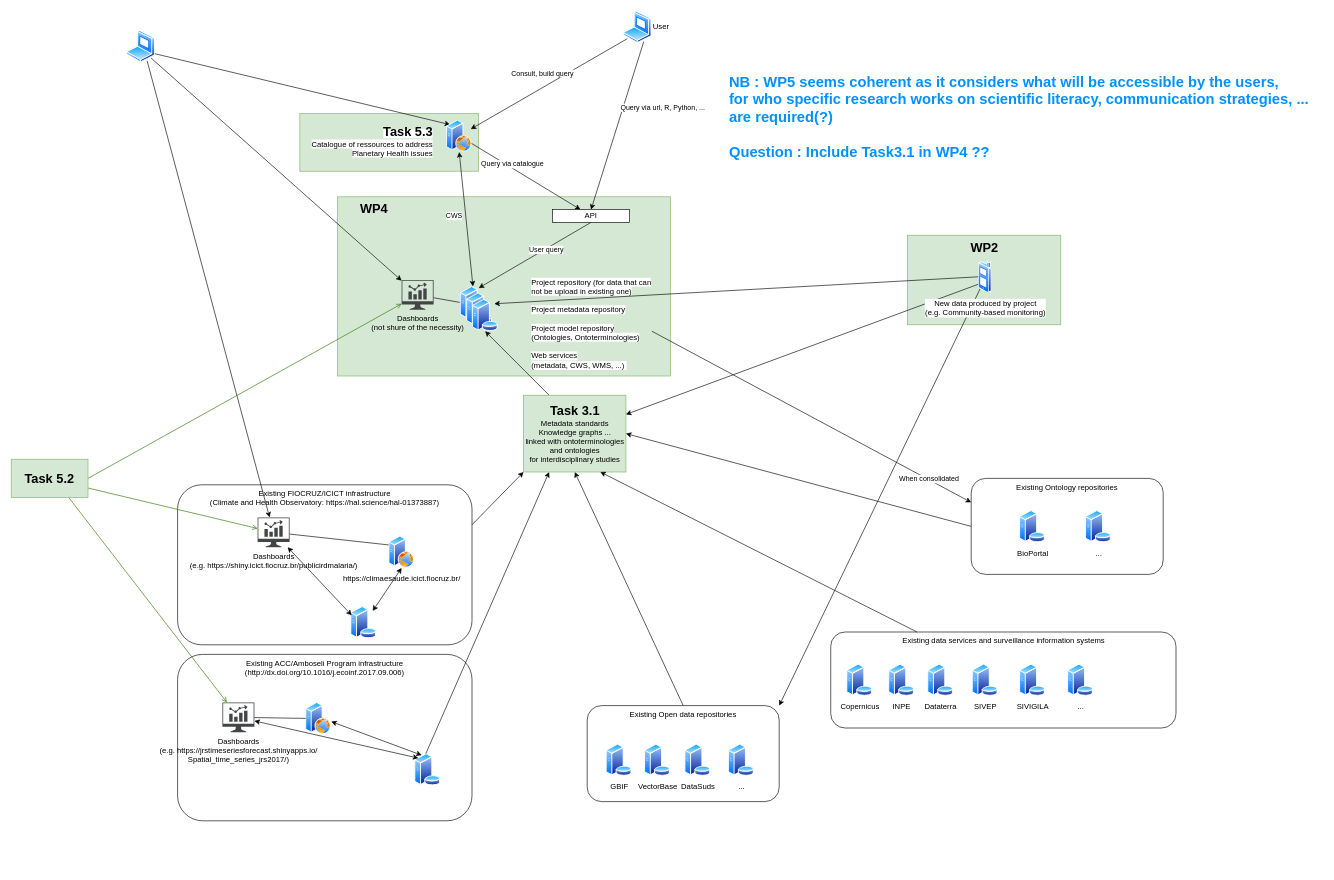
The draw.io diagram archi_horizon.drawio in EmmanuelRouxIRD/Horizon_Planetary_Health, before the edit. Source tidied: cells renumbered, new cells numbered last; positions are measured from the earlier drawing's top-left corner, leaving out a move shared by most shapes. Both pictures are drawn from the tidied source at 64%, with x=0, y=0 at pixel (11, 11).
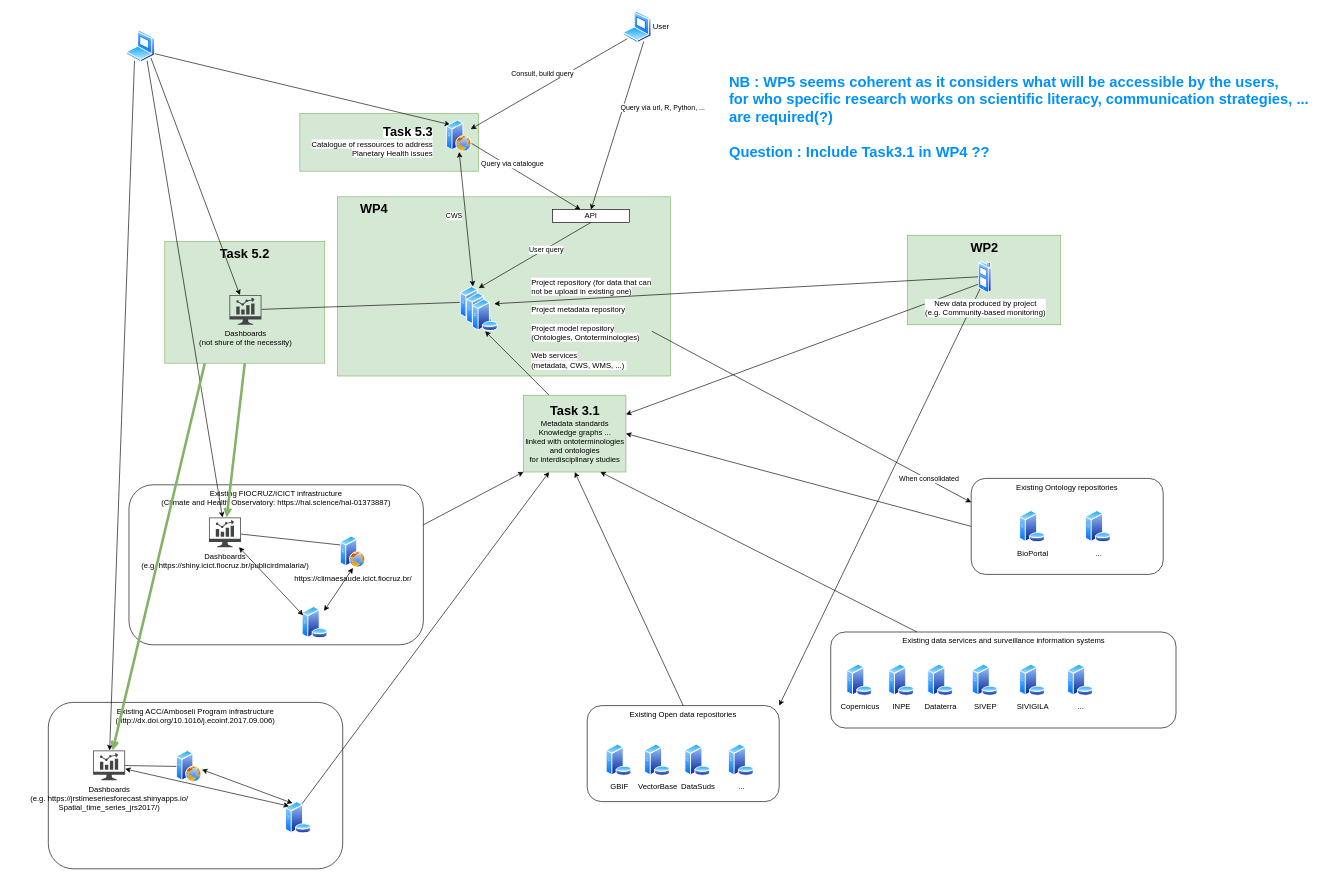
After the change.

Commit message (it also covers changes not shown here):
Mettre à jour archi_horizon.drawio

Unchanged cells that the change refers to:
```xml
<mxCell id="18" style="image;perimeter=ellipsePerimeter;html=1;align=center;shadow=0;dashed=0;spacingTop=3;image=img/lib/active_directory/laptop_client.svg;" parent="1" vertex="1">
  <mxGeometry x="180" y="30" width="45" height="50" as="geometry" />
</mxCell>
```

What changed in the source:
```diff
@@
+    <mxCell id="62" value="&lt;b style=&quot;border-color: var(--border-color); font-size: 20px;&quot;&gt;Task 5.2&lt;br style=&quot;border-color: var(--border-color);&quot;&gt;&lt;/b&gt;" style="rounded=0;whiteSpace=wrap;html=1;fillColor=#d5e8d4;strokeColor=#82b366;verticalAlign=top;" parent="1" vertex="1">
+      <mxGeometry x="240" y="360" width="250" height="190" as="geometry" />
+    </mxCell>
@@
+    <mxCell id="77" style="edgeStyle=none;rounded=0;jettySize=auto;html=1;exitX=0.25;exitY=1;exitDx=0;exitDy=0;" parent="1" edge="1" source="18" target="46">
+      <mxGeometry relative="1" as="geometry" />
+    </mxCell>
@@
     <mxCell id="27" value="Existing FIOCRUZ/ICICT infrastructure&lt;br&gt;(Climate and Health Observatory: https://hal.science/hal-01373887)" style="rounded=1;whiteSpace=wrap;html=1;fillColor=none;verticalAlign=top;align=center;" parent="1" vertex="1">
-      <mxGeometry x="260" y="740" width="460" height="250" as="geometry" />
+      <mxGeometry x="184" y="740" width="460" height="250" as="geometry" />
     </mxCell>
@@
     <mxCell id="29" value="https://climaesaude.icict.fiocruz.br/" style="image;perimeter=ellipsePerimeter;html=1;align=center;shadow=0;dashed=0;spacingTop=3;image=img/lib/active_directory/web_server.svg;" parent="1" vertex="1">
-      <mxGeometry x="590" y="820" width="40" height="50" as="geometry" />
+      <mxGeometry x="514" y="820" width="40" height="50" as="geometry" />
     </mxCell>
@@
     <mxCell id="31" value="Existing ACC/Amboseli Program infrastructure&lt;br&gt;(http://dx.doi.org/10.1016/j.ecoinf.2017.09.006)" style="rounded=1;whiteSpace=wrap;html=1;fillColor=none;verticalAlign=top;align=center;" parent="1" vertex="1">
-      <mxGeometry x="260" y="1005" width="460" height="260" as="geometry" />
+      <mxGeometry x="58" y="1080" width="460" height="260" as="geometry" />
     </mxCell>
     <mxCell id="32" style="image;perimeter=ellipsePerimeter;html=1;align=center;shadow=0;dashed=0;spacingTop=3;image=img/lib/active_directory/web_server.svg;" parent="1" vertex="1">
-      <mxGeometry x="460" y="1080" width="40" height="50" as="geometry" />
+      <mxGeometry x="258" y="1155" width="40" height="50" as="geometry" />
     </mxCell>
     <mxCell id="33" style="rounded=0;jettySize=auto;html=1;exitX=0.25;exitY=0;exitDx=0;exitDy=0;startArrow=classic;startFill=1;" parent="1" edge="1" source="40">
       <mxGeometry relative="1" as="geometry">
-        <mxPoint x="500" y="1110" as="targetPoint" />
+        <mxPoint x="298" y="1185" as="targetPoint" />
       </mxGeometry>
     </mxCell>
@@
     <mxCell id="38" style="image;perimeter=ellipsePerimeter;html=1;align=center;shadow=0;dashed=0;spacingTop=3;image=img/lib/active_directory/database_server.svg;" parent="1" vertex="1">
-      <mxGeometry x="530" y="930" width="41" height="50" as="geometry" />
+      <mxGeometry x="454" y="930" width="41" height="50" as="geometry" />
     </mxCell>
@@
     <mxCell id="40" style="image;perimeter=ellipsePerimeter;html=1;align=center;shadow=0;dashed=0;spacingTop=3;image=img/lib/active_directory/database_server.svg;" parent="1" vertex="1">
-      <mxGeometry x="630" y="1160" width="41" height="50" as="geometry" />
+      <mxGeometry x="428" y="1235" width="41" height="50" as="geometry" />
     </mxCell>
@@
     <mxCell id="44" value="Dashboards&lt;br&gt;(e.g.&amp;nbsp;https://shiny.icict.fiocruz.br/publicirdmalaria/)" style="sketch=0;shadow=0;dashed=0;html=1;strokeColor=none;fillColor=#434445;labelPosition=center;verticalLabelPosition=bottom;verticalAlign=top;align=center;outlineConnect=0;shape=mxgraph.vvd.nsx_dashboard;" parent="1" vertex="1">
-      <mxGeometry x="385" y="791" width="50" height="46.5" as="geometry" />
+      <mxGeometry x="309" y="791" width="50" height="46.5" as="geometry" />
     </mxCell>
@@
     <mxCell id="46" value="Dashboards&lt;br&gt;(e.g. https://jrstimeseriesforecast.shinyapps.io/&lt;br&gt;Spatial_time_series_jrs2017/)" style="sketch=0;shadow=0;dashed=0;html=1;strokeColor=none;fillColor=#434445;labelPosition=center;verticalLabelPosition=bottom;verticalAlign=top;align=center;outlineConnect=0;shape=mxgraph.vvd.nsx_dashboard;" parent="1" vertex="1">
-      <mxGeometry x="330" y="1080" width="50" height="46.5" as="geometry" />
+      <mxGeometry x="128" y="1155" width="50" height="46.5" as="geometry" />
     </mxCell>
@@
-    <mxCell id="59" style="edgeStyle=none;rounded=0;jettySize=auto;html=1;exitX=1;exitY=0.5;exitDx=0;exitDy=0;strokeColor=#2D7600;fillColor=#60a917;endArrow=open;endFill=0;" parent="1" edge="1" source="62" target="63">
-      <mxGeometry relative="1" as="geometry" />
-    </mxCell>
-    <mxCell id="60" style="edgeStyle=none;rounded=0;jettySize=auto;html=1;exitX=1;exitY=0.75;exitDx=0;exitDy=0;fillColor=#60a917;strokeColor=#2D7600;endArrow=open;endFill=0;" parent="1" edge="1" source="62" target="44">
+    <mxCell id="60" style="edgeStyle=none;rounded=0;jettySize=auto;html=1;exitX=0.5;exitY=1;exitDx=0;exitDy=0;fillColor=#d5e8d4;strokeColor=#82b366;endArrow=open;endFill=0;strokeWidth=4;" parent="1" edge="1" source="62" target="44">
       <mxGeometry relative="1" as="geometry" />
     </mxCell>
-    <mxCell id="61" style="edgeStyle=none;rounded=0;jettySize=auto;html=1;exitX=0.75;exitY=1;exitDx=0;exitDy=0;fillColor=#60a917;strokeColor=#2D7600;endArrow=open;endFill=0;" parent="1" edge="1" source="62" target="46">
+    <mxCell id="61" style="edgeStyle=none;rounded=0;jettySize=auto;html=1;exitX=0.25;exitY=1;exitDx=0;exitDy=0;fillColor=#d5e8d4;strokeColor=#82b366;endArrow=open;endFill=0;strokeWidth=4;" parent="1" edge="1" source="62" target="46">
       <mxGeometry relative="1" as="geometry" />
     </mxCell>
-    <mxCell id="62" value="&lt;b style=&quot;border-color: var(--border-color); font-size: 20px;&quot;&gt;Task 5.2&lt;br style=&quot;border-color: var(--border-color);&quot;&gt;&lt;/b&gt;" style="rounded=0;whiteSpace=wrap;html=1;fillColor=#d5e8d4;strokeColor=#82b366;" parent="1" vertex="1">
-      <mxGeometry y="700" width="120" height="60" as="geometry" />
-    </mxCell>
     <mxCell id="63" value="Dashboards&lt;br&gt;(not shure of the necessity)" style="sketch=0;shadow=0;dashed=0;html=1;strokeColor=none;fillColor=#434445;labelPosition=center;verticalLabelPosition=bottom;verticalAlign=top;align=center;outlineConnect=0;shape=mxgraph.vvd.nsx_dashboard;" parent="1" vertex="1">
-      <mxGeometry x="610" y="420" width="50" height="46.5" as="geometry" />
+      <mxGeometry x="341" y="443.5" width="50" height="46.5" as="geometry" />
     </mxCell>
```
